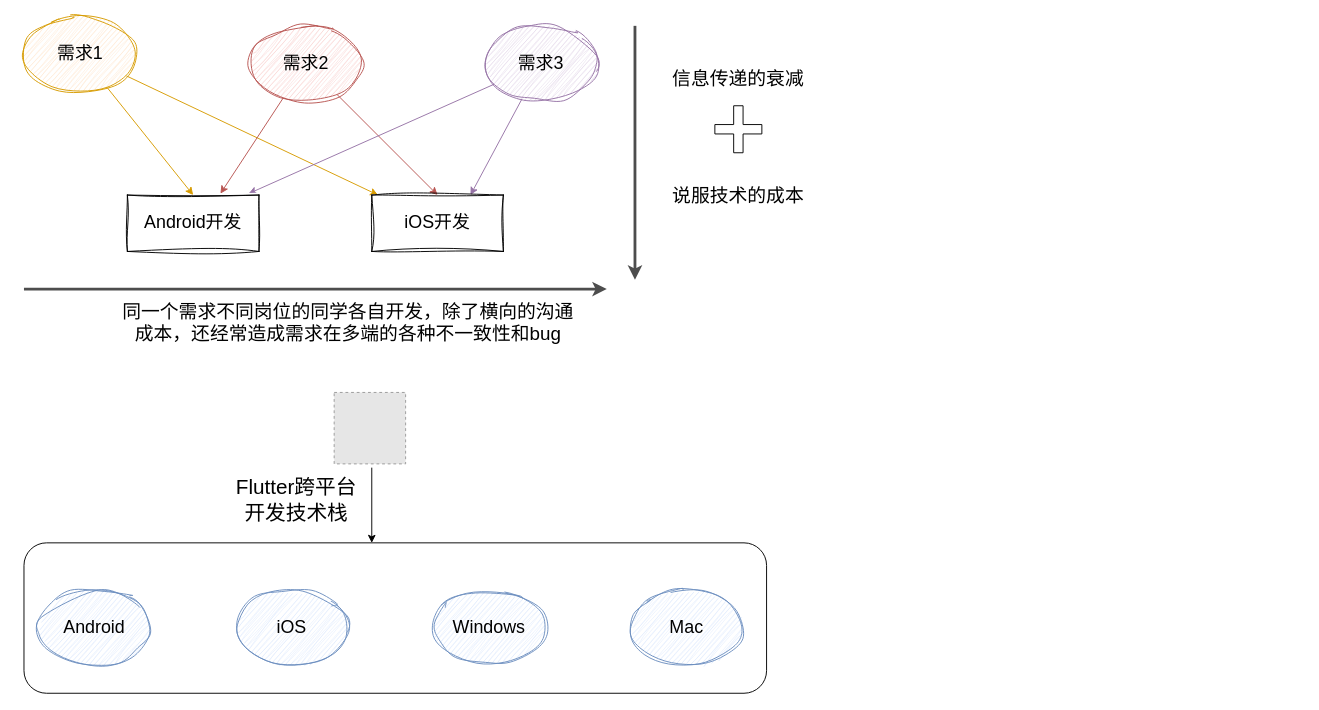
skindhu/AlphaAnimationView keeps this draw.io diagram as 未命名绘图.drawio. Above is the earlier version. Source tidied: cells renumbered, new cells numbered last; positions are measured from the earlier drawing's top-left corner, leaving out a move shared by most shapes. Both pictures are drawn from the tidied source at 94%, with x=0, y=0 at pixel (24, 16). Pictures stored in the file or linked from it are replaced by grey dashed boxes.
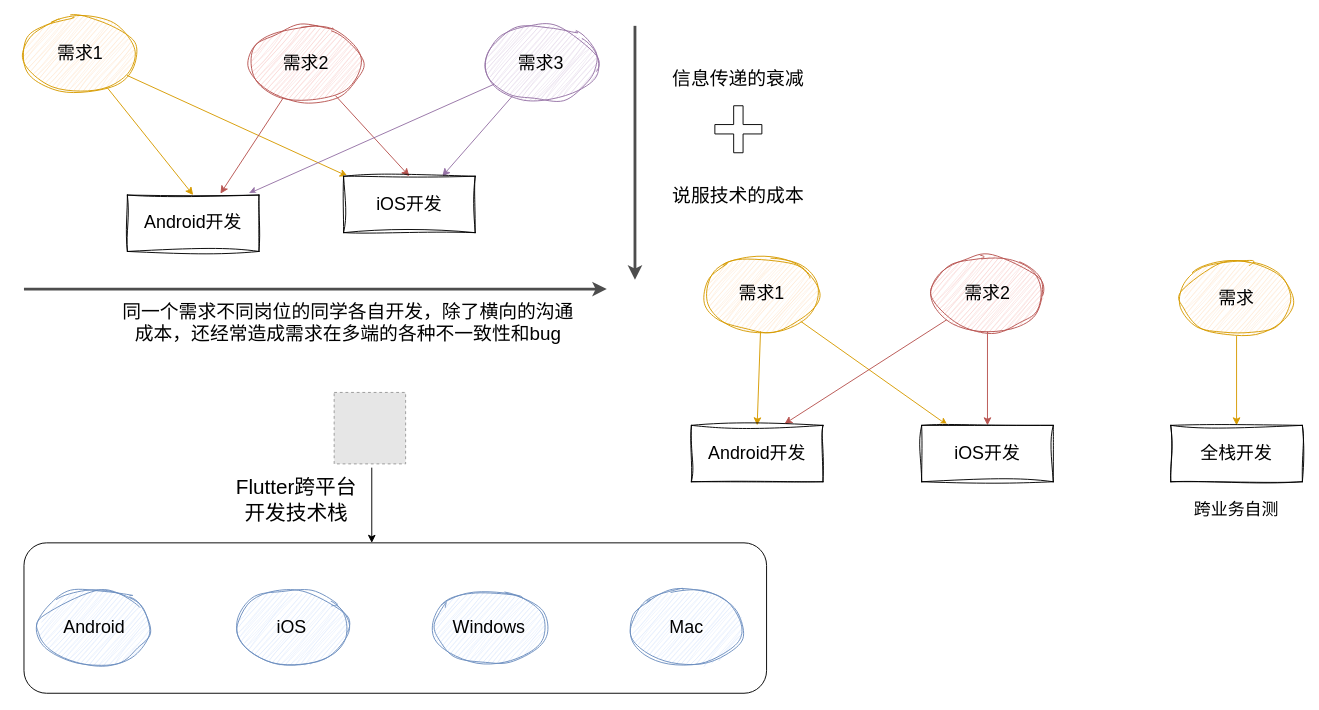
After the change.

Commit message:
更新未命名绘图.drawio

The edit, as a diff of the source:
```diff
@@
     <mxCell id="13" value="&lt;font style=&quot;font-size: 19px;&quot;&gt;iOS开发&lt;/font&gt;" style="rounded=0;whiteSpace=wrap;html=1;sketch=1;curveFitting=1;jiggle=2;" parent="1" vertex="1">
-      <mxGeometry x="370" y="190" width="140" height="60" as="geometry" />
+      <mxGeometry x="340" y="170" width="140" height="60" as="geometry" />
     </mxCell>
@@
+    <mxCell id="27" style="edgeStyle=orthogonalEdgeStyle;rounded=0;jettySize=auto;html=1;fillColor=#ffe6cc;strokeColor=#d79b00;" parent="1" edge="1" source="28" target="29">
+      <mxGeometry relative="1" as="geometry" />
+    </mxCell>
+    <mxCell id="28" value="&lt;font style=&quot;font-size: 19px;&quot;&gt;需求&lt;/font&gt;" style="ellipse;whiteSpace=wrap;html=1;fillColor=#ffe6cc;strokeColor=#d79b00;sketch=1;curveFitting=1;jiggle=2;" parent="1" vertex="1">
+      <mxGeometry x="1230" y="260" width="120" height="80" as="geometry" />
+    </mxCell>
+    <mxCell id="29" value="&lt;span style=&quot;font-size: 19px;&quot;&gt;全栈开发&lt;/span&gt;" style="rounded=0;whiteSpace=wrap;html=1;sketch=1;curveFitting=1;jiggle=2;" parent="1" vertex="1">
+      <mxGeometry x="1220" y="435" width="140" height="60" as="geometry" />
+    </mxCell>
+    <mxCell id="30" style="rounded=0;jettySize=auto;html=1;entryX=0.5;entryY=0;entryDx=0;entryDy=0;fillColor=#ffe6cc;strokeColor=#d79b00;" parent="1" edge="1" source="32" target="36">
+      <mxGeometry relative="1" as="geometry" />
+    </mxCell>
+    <mxCell id="31" style="rounded=0;jettySize=auto;html=1;fillColor=#ffe6cc;strokeColor=#d79b00;" parent="1" edge="1" source="32" target="37">
+      <mxGeometry relative="1" as="geometry" />
+    </mxCell>
+    <mxCell id="32" value="&lt;font style=&quot;font-size: 19px;&quot;&gt;需求1&lt;/font&gt;" style="ellipse;whiteSpace=wrap;html=1;fillColor=#ffe6cc;strokeColor=#d79b00;sketch=1;curveFitting=1;jiggle=2;" parent="1" vertex="1">
+      <mxGeometry x="725" y="255" width="120" height="80" as="geometry" />
+    </mxCell>
+    <mxCell id="33" style="rounded=0;jettySize=auto;html=1;entryX=0.707;entryY=-0.025;entryDx=0;entryDy=0;entryPerimeter=0;fillColor=#f8cecc;strokeColor=#b85450;" parent="1" edge="1" source="35" target="36">
+      <mxGeometry relative="1" as="geometry" />
+    </mxCell>
+    <mxCell id="34" style="rounded=0;jettySize=auto;html=1;entryX=0.5;entryY=0;entryDx=0;entryDy=0;fillColor=#f8cecc;strokeColor=#b85450;" parent="1" edge="1" source="35" target="37">
+      <mxGeometry relative="1" as="geometry" />
+    </mxCell>
+    <mxCell id="35" value="&lt;font style=&quot;font-size: 19px;&quot;&gt;需求2&lt;/font&gt;" style="ellipse;whiteSpace=wrap;html=1;fillColor=#f8cecc;strokeColor=#b85450;sketch=1;curveFitting=1;jiggle=2;" parent="1" vertex="1">
+      <mxGeometry x="965" y="255" width="120" height="80" as="geometry" />
+    </mxCell>
+    <mxCell id="36" value="&lt;font style=&quot;font-size: 19px;&quot;&gt;Android开发&lt;/font&gt;" style="rounded=0;whiteSpace=wrap;html=1;sketch=1;curveFitting=1;jiggle=2;" parent="1" vertex="1">
+      <mxGeometry x="710" y="435" width="140" height="60" as="geometry" />
+    </mxCell>
+    <mxCell id="37" value="&lt;font style=&quot;font-size: 19px;&quot;&gt;iOS开发&lt;/font&gt;" style="rounded=0;whiteSpace=wrap;html=1;sketch=1;curveFitting=1;jiggle=2;" parent="1" vertex="1">
+      <mxGeometry x="955" y="435" width="140" height="60" as="geometry" />
+    </mxCell>
+    <mxCell id="38" value="&lt;font style=&quot;font-size: 18px;&quot;&gt;跨业务自测&lt;/font&gt;" style="text;html=1;strokeColor=none;fillColor=none;align=center;verticalAlign=middle;whiteSpace=wrap;rounded=0;" parent="1" vertex="1">
+      <mxGeometry x="1237" y="510" width="106" height="30" as="geometry" />
+    </mxCell>
```
